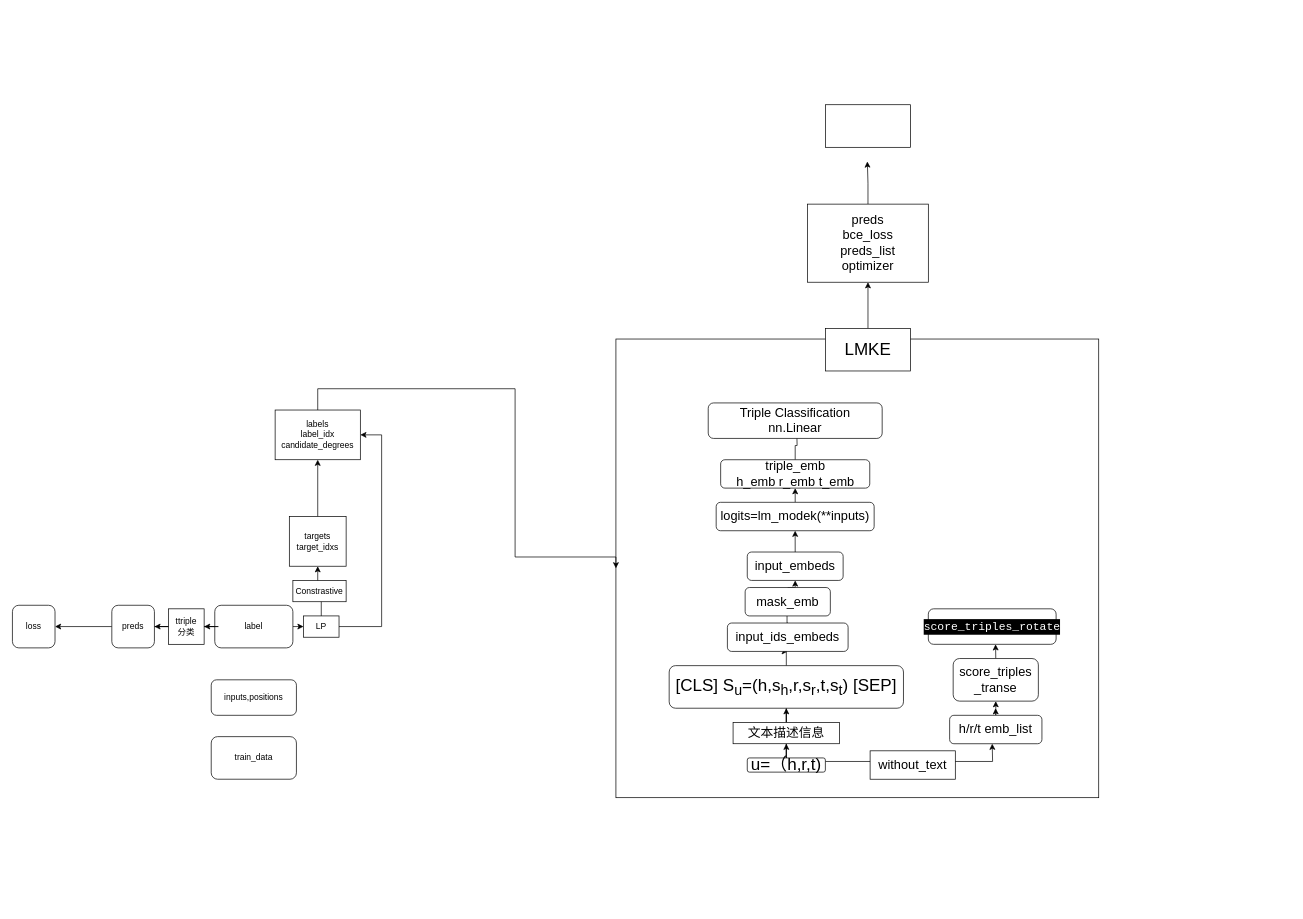
Before: LMKE.drawio in pyddyp/dealPicture, a draw.io diagram. Source tidied: cells renumbered, new cells numbered last; positions are measured from the earlier drawing's top-left corner, leaving out a move shared by most shapes. Both pictures are drawn from the tidied source at 71%, with x=0, y=0 at pixel (12, 104).
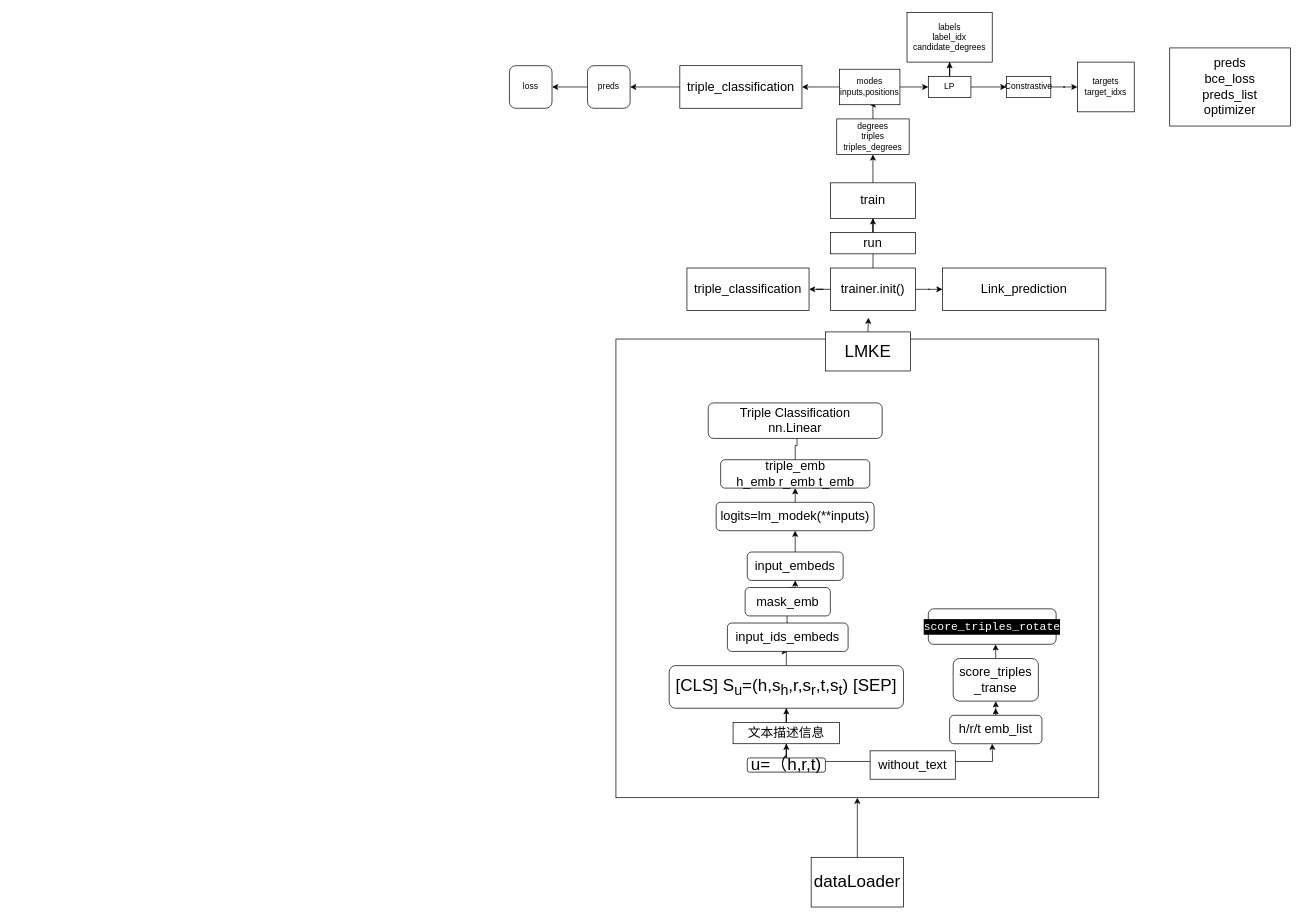
After the change.

Unchanged cells that the change refers to:
```xml
<mxCell id="2" style="rounded=0;whiteSpace=wrap;html=1;" parent="1" vertex="1">
  <mxGeometry x="850" y="330" width="680" height="646" as="geometry" />
</mxCell>
```

Diff of the diagram source:
```diff
@@
-    <mxCell id="28" value="train_data" style="rounded=1;whiteSpace=wrap;html=1;" parent="1" vertex="1">
-      <mxGeometry x="280" y="890" width="120" height="60" as="geometry" />
-    </mxCell>
-    <mxCell id="29" value="inputs,positions" style="rounded=1;whiteSpace=wrap;html=1;" parent="1" vertex="1">
-      <mxGeometry x="280" y="810" width="120" height="50" as="geometry" />
-    </mxCell>
-    <mxCell id="30" style="edgeStyle=orthogonalEdgeStyle;rounded=0;jettySize=auto;html=1;" parent="1" edge="1" source="36" target="34">
-      <mxGeometry relative="1" as="geometry" />
-    </mxCell>
-    <mxCell id="31" style="edgeStyle=orthogonalEdgeStyle;rounded=0;jettySize=auto;html=1;exitX=1;exitY=0.5;exitDx=0;exitDy=0;entryX=0;entryY=0.5;entryDx=0;entryDy=0;" parent="1" edge="1" source="32" target="38">
-      <mxGeometry relative="1" as="geometry" />
-    </mxCell>
-    <mxCell id="32" value="label" style="rounded=1;whiteSpace=wrap;html=1;" parent="1" vertex="1">
-      <mxGeometry x="285" y="705" width="110" height="60" as="geometry" />
-    </mxCell>
-    <mxCell id="33" style="edgeStyle=orthogonalEdgeStyle;rounded=0;jettySize=auto;html=1;" parent="1" edge="1" source="34" target="39">
+    <mxCell id="33" style="edgeStyle=orthogonalEdgeStyle;rounded=0;jettySize=auto;html=1;exitX=0;exitY=0.5;exitDx=0;exitDy=0;entryX=1;entryY=0.5;entryDx=0;entryDy=0;" parent="1" edge="1" source="34" target="39">
       <mxGeometry relative="1" as="geometry" />
     </mxCell>
     <mxCell id="34" value="preds" style="rounded=1;whiteSpace=wrap;html=1;" parent="1" vertex="1">
-      <mxGeometry x="140" y="705" width="60" height="60" as="geometry" />
+      <mxGeometry x="810" y="-55" width="60" height="60" as="geometry" />
     </mxCell>
-    <mxCell id="35" style="edgeStyle=orthogonalEdgeStyle;rounded=0;jettySize=auto;html=1;" parent="1" edge="1" source="32" target="36">
-      <mxGeometry relative="1" as="geometry" />
-    </mxCell>
-    <mxCell id="36" value="ttriple &lt;br&gt;分类" style="rounded=0;whiteSpace=wrap;html=1;" parent="1" vertex="1">
-      <mxGeometry x="220" y="710" width="50" height="50" as="geometry" />
-    </mxCell>
+    <mxCell id="51" style="edgeStyle=orthogonalEdgeStyle;rounded=0;jettySize=auto;html=1;" parent="1" edge="1" source="38" target="45">
+      <mxGeometry relative="1" as="geometry" />
+    </mxCell>
-    <mxCell id="37" style="edgeStyle=orthogonalEdgeStyle;rounded=0;jettySize=auto;html=1;exitX=1;exitY=0.5;exitDx=0;exitDy=0;entryX=1;entryY=0.5;entryDx=0;entryDy=0;" parent="1" edge="1" source="38" target="44">
-      <mxGeometry relative="1" as="geometry">
-        <Array as="points">
-          <mxPoint x="520" y="735" />
-          <mxPoint x="520" y="465" />
-        </Array>
-      </mxGeometry>
+    <mxCell id="37" style="edgeStyle=orthogonalEdgeStyle;rounded=0;jettySize=auto;html=1;" parent="1" edge="1" source="38" target="44">
+      <mxGeometry relative="1" as="geometry" />
     </mxCell>
     <mxCell id="38" value="LP" style="rounded=0;whiteSpace=wrap;html=1;" parent="1" vertex="1">
-      <mxGeometry x="410" y="720" width="50" height="30" as="geometry" />
+      <mxGeometry x="1290" y="-40" width="60" height="30" as="geometry" />
     </mxCell>
     <mxCell id="39" value="loss" style="rounded=1;whiteSpace=wrap;html=1;" parent="1" vertex="1">
-      <mxGeometry y="705" width="60" height="60" as="geometry" />
+      <mxGeometry x="700" y="-55" width="60" height="60" as="geometry" />
     </mxCell>
-    <mxCell id="40" style="edgeStyle=orthogonalEdgeStyle;rounded=0;jettySize=auto;html=1;exitX=0.5;exitY=0;exitDx=0;exitDy=0;" parent="1" edge="1" source="38" target="42">
-      <mxGeometry relative="1" as="geometry" />
-    </mxCell>
-    <mxCell id="41" style="edgeStyle=orthogonalEdgeStyle;rounded=0;jettySize=auto;html=1;" parent="1" edge="1" source="42" target="44">
-      <mxGeometry relative="1" as="geometry" />
-    </mxCell>
     <mxCell id="42" value="targets&lt;br&gt;target_idxs" style="whiteSpace=wrap;html=1;rounded=0;" parent="1" vertex="1">
-      <mxGeometry x="390" y="580" width="80" height="70" as="geometry" />
+      <mxGeometry x="1500" y="-60" width="80" height="70" as="geometry" />
     </mxCell>
-    <mxCell id="43" style="edgeStyle=orthogonalEdgeStyle;rounded=0;jettySize=auto;html=1;entryX=0;entryY=0.5;entryDx=0;entryDy=0;" parent="1" edge="1" source="44" target="2">
-      <mxGeometry relative="1" as="geometry">
-        <Array as="points">
-          <mxPoint x="430" y="400" />
-          <mxPoint x="708" y="400" />
-          <mxPoint x="708" y="637" />
-        </Array>
-      </mxGeometry>
-    </mxCell>
     <mxCell id="44" value="labels&lt;br&gt;label_idx&lt;br&gt;candidate_degrees" style="whiteSpace=wrap;html=1;rounded=0;" parent="1" vertex="1">
-      <mxGeometry x="370" y="430" width="120" height="70" as="geometry" />
+      <mxGeometry x="1260" y="-130" width="120" height="70" as="geometry" />
     </mxCell>
+    <mxCell id="52" style="edgeStyle=orthogonalEdgeStyle;rounded=0;jettySize=auto;html=1;" parent="1" edge="1" source="45" target="42">
+      <mxGeometry relative="1" as="geometry" />
+    </mxCell>
     <mxCell id="45" value="Constrastive" style="rounded=0;whiteSpace=wrap;html=1;" parent="1" vertex="1">
-      <mxGeometry x="395" y="670" width="75" height="30" as="geometry" />
+      <mxGeometry x="1400" y="-40" width="62.5" height="30" as="geometry" />
     </mxCell>
-    <mxCell id="46" style="edgeStyle=orthogonalEdgeStyle;rounded=0;jettySize=auto;html=1;exitX=0.5;exitY=0;exitDx=0;exitDy=0;entryX=0.5;entryY=1;entryDx=0;entryDy=0;" parent="1" edge="1" source="47" target="49">
-      <mxGeometry relative="1" as="geometry" />
-    </mxCell>
+    <mxCell id="53" style="edgeStyle=orthogonalEdgeStyle;rounded=0;jettySize=auto;html=1;exitX=0.5;exitY=0;exitDx=0;exitDy=0;" parent="1" edge="1" source="47">
+      <mxGeometry relative="1" as="geometry">
+        <mxPoint x="1205.7" y="300" as="targetPoint" />
+      </mxGeometry>
+    </mxCell>
     <mxCell id="47" value="&lt;font style=&quot;font-size: 24px;&quot;&gt;LMKE&lt;/font&gt;" style="rounded=0;whiteSpace=wrap;html=1;" parent="1" vertex="1">
-      <mxGeometry x="1145" y="315" width="120" height="60" as="geometry" />
+      <mxGeometry x="1145" y="320" width="120" height="55" as="geometry" />
     </mxCell>
-    <mxCell id="48" style="edgeStyle=orthogonalEdgeStyle;rounded=0;jettySize=auto;html=1;exitX=0.5;exitY=0;exitDx=0;exitDy=0;" parent="1" edge="1" source="49">
-      <mxGeometry relative="1" as="geometry">
-        <mxPoint x="1204.1" y="80" as="targetPoint" />
-      </mxGeometry>
-    </mxCell>
     <mxCell id="49" value="&lt;font style=&quot;font-size: 18px;&quot;&gt;preds&lt;br&gt;bce_loss&lt;br&gt;preds_list&lt;br&gt;optimizer&lt;br&gt;&lt;/font&gt;" style="rounded=0;whiteSpace=wrap;html=1;" parent="1" vertex="1">
-      <mxGeometry x="1120" y="140" width="170" height="110" as="geometry" />
+      <mxGeometry x="1630" y="-80" width="170" height="110" as="geometry" />
     </mxCell>
+    <mxCell id="54" style="edgeStyle=orthogonalEdgeStyle;rounded=0;jettySize=auto;html=1;exitX=0.5;exitY=0;exitDx=0;exitDy=0;" parent="1" edge="1" source="50">
+      <mxGeometry relative="1" as="geometry">
+        <mxPoint x="1212.3" y="200" as="targetPoint" />
+      </mxGeometry>
+    </mxCell>
+    <mxCell id="55" style="edgeStyle=orthogonalEdgeStyle;rounded=0;jettySize=auto;html=1;" parent="1" edge="1" source="50" target="59">
+      <mxGeometry relative="1" as="geometry" />
+    </mxCell>
+    <mxCell id="56" style="edgeStyle=orthogonalEdgeStyle;rounded=0;jettySize=auto;html=1;" parent="1" edge="1" source="50" target="60">
+      <mxGeometry relative="1" as="geometry" />
+    </mxCell>
-    <mxCell id="50" style="rounded=0;whiteSpace=wrap;html=1;" parent="1" vertex="1">
-      <mxGeometry x="1145" width="120" height="60" as="geometry" />
+    <mxCell id="50" value="&lt;font style=&quot;font-size: 18px;&quot;&gt;trainer.init()&lt;/font&gt;" style="rounded=0;whiteSpace=wrap;html=1;" parent="1" vertex="1">
+      <mxGeometry x="1152" y="230" width="120" height="60" as="geometry" />
     </mxCell>
+    <mxCell id="57" style="edgeStyle=orthogonalEdgeStyle;rounded=0;jettySize=auto;html=1;entryX=0.5;entryY=1;entryDx=0;entryDy=0;" parent="1" edge="1" source="58" target="2">
+      <mxGeometry relative="1" as="geometry" />
+    </mxCell>
+    <mxCell id="58" value="&lt;font style=&quot;font-size: 24px;&quot;&gt;dataLoader&lt;/font&gt;" style="rounded=0;whiteSpace=wrap;html=1;" parent="1" vertex="1">
+      <mxGeometry x="1125" y="1060" width="130" height="70" as="geometry" />
+    </mxCell>
+    <mxCell id="59" value="&lt;span style=&quot;font-size: 18px;&quot;&gt;triple_classification&lt;/span&gt;" style="rounded=0;whiteSpace=wrap;html=1;" parent="1" vertex="1">
+      <mxGeometry x="950" y="230" width="172" height="60" as="geometry" />
+    </mxCell>
+    <mxCell id="60" value="&lt;span style=&quot;font-size: 18px;&quot;&gt;Link_prediction&lt;/span&gt;" style="rounded=0;whiteSpace=wrap;html=1;" parent="1" vertex="1">
+      <mxGeometry x="1310" y="230" width="230" height="60" as="geometry" />
+    </mxCell>
+    <mxCell id="61" style="edgeStyle=orthogonalEdgeStyle;rounded=0;jettySize=auto;html=1;" parent="1" edge="1" source="62" target="66">
+      <mxGeometry relative="1" as="geometry" />
+    </mxCell>
+    <mxCell id="62" value="&lt;font style=&quot;font-size: 18px;&quot;&gt;run&lt;/font&gt;" style="rounded=0;whiteSpace=wrap;html=1;" parent="1" vertex="1">
+      <mxGeometry x="1152" y="180" width="120" height="30" as="geometry" />
+    </mxCell>
+    <mxCell id="63" style="edgeStyle=orthogonalEdgeStyle;rounded=0;jettySize=auto;html=1;exitX=0;exitY=0.5;exitDx=0;exitDy=0;entryX=1;entryY=0.5;entryDx=0;entryDy=0;" parent="1" edge="1" source="64" target="34">
+      <mxGeometry relative="1" as="geometry" />
+    </mxCell>
+    <mxCell id="64" value="&lt;span style=&quot;font-size: 18px;&quot;&gt;triple_classification&lt;/span&gt;" style="rounded=0;whiteSpace=wrap;html=1;" parent="1" vertex="1">
+      <mxGeometry x="940" y="-55" width="172" height="60" as="geometry" />
+    </mxCell>
+    <mxCell id="65" style="edgeStyle=orthogonalEdgeStyle;rounded=0;jettySize=auto;html=1;" parent="1" edge="1" source="66" target="68">
+      <mxGeometry relative="1" as="geometry" />
+    </mxCell>
+    <mxCell id="66" value="&lt;font style=&quot;font-size: 18px;&quot;&gt;train&lt;/font&gt;" style="rounded=0;whiteSpace=wrap;html=1;" parent="1" vertex="1">
+      <mxGeometry x="1152" y="110" width="120" height="50" as="geometry" />
+    </mxCell>
+    <mxCell id="67" style="edgeStyle=orthogonalEdgeStyle;rounded=0;jettySize=auto;html=1;" parent="1" edge="1" source="68" target="71">
+      <mxGeometry relative="1" as="geometry" />
+    </mxCell>
+    <mxCell id="68" value="degrees&lt;br&gt;triples&lt;br&gt;triples_degrees&lt;br&gt;" style="rounded=0;whiteSpace=wrap;html=1;" parent="1" vertex="1">
+      <mxGeometry x="1161" y="20" width="102" height="50" as="geometry" />
+    </mxCell>
+    <mxCell id="69" style="edgeStyle=orthogonalEdgeStyle;rounded=0;jettySize=auto;html=1;" parent="1" edge="1" source="71" target="64">
+      <mxGeometry relative="1" as="geometry" />
+    </mxCell>
+    <mxCell id="70" style="edgeStyle=orthogonalEdgeStyle;rounded=0;jettySize=auto;html=1;" parent="1" edge="1" source="71" target="38">
+      <mxGeometry relative="1" as="geometry" />
+    </mxCell>
+    <mxCell id="71" value="modes&lt;br&gt;inputs,positions" style="rounded=0;whiteSpace=wrap;html=1;" parent="1" vertex="1">
+      <mxGeometry x="1165" y="-50" width="85" height="50" as="geometry" />
+    </mxCell>
```
